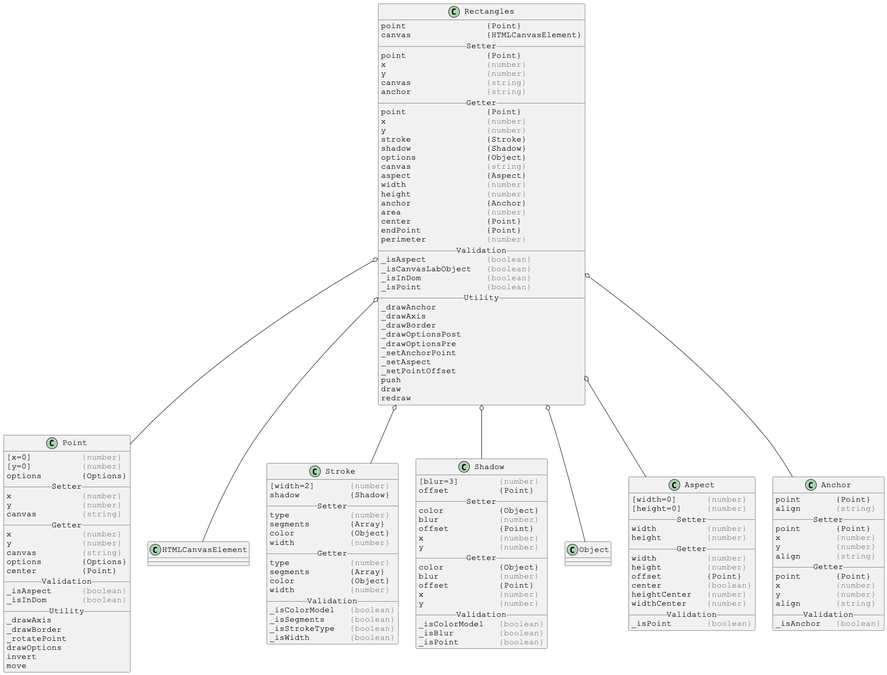
Before: docs/PlantUml/image/linked/Rectangles-linked.png, a diagram exported from PlantUML (Justin-Byrne/canvasLab). Its diagram source:
```plantuml
@startuml

skinparam DefaultFontSize 16
skinparam DefaultFontName Courier New

class Rectangles {
point                {Point}
canvas               {HTMLCanvasElement}
__ Setter __
point                {Point}
x                    <color:gray>{number}</color>
y                    <color:gray>{number}</color>
canvas               <color:gray>{string}</color>
anchor               <color:gray>{string}</color>
__ Getter __
point                {Point}
x                    <color:gray>{number}</color>
y                    <color:gray>{number}</color>
stroke               {Stroke}
shadow               {Shadow}
options              {Object}
canvas               <color:gray>{string}</color>
aspect               {Aspect}
width                <color:gray>{number}</color>
height               <color:gray>{number}</color>
anchor               {Anchor}
area                 <color:gray>{number}</color>
center               {Point}
endPoint             {Point}
perimeter            <color:gray>{number}</color>
__ Validation __
_isAspect            <color:gray>{boolean}</color>
_isCanvasLabObject   <color:gray>{boolean}</color>
_isInDom             <color:gray>{boolean}</color>
_isPoint             <color:gray>{boolean}</color>
__ Utility __
_drawAnchor
_drawAxis
_drawBorder
_drawOptionsPost
_drawOptionsPre
_setAnchorPoint
_setAspect
_setPointOffset
push
draw
redraw
}

Rectangles o-- Point
Rectangles o-- HTMLCanvasElement
Rectangles o-- Stroke
Rectangles o-- Shadow
Rectangles o-- Object
Rectangles o-- Aspect
Rectangles o-- Anchor



skinparam DefaultFontSize 16
skinparam DefaultFontName Courier New

class Point {
[x=0]          <color:gray>{number}</color>
[y=0]          <color:gray>{number}</color>
options        {Options}
__ Setter __
x              <color:gray>{number}</color>
y              <color:gray>{number}</color>
canvas         <color:gray>{string}</color>
__ Getter __
x              <color:gray>{number}</color>
y              <color:gray>{number}</color>
canvas         <color:gray>{string}</color>
options        {Options}
center         {Point}
__ Validation __
_isAspect      <color:gray>{boolean}</color>
_isInDom       <color:gray>{boolean}</color>
__ Utility __
_drawAxis
_drawBorder
_rotatePoint
drawOptions
invert
move
}



skinparam DefaultFontSize 16
skinparam DefaultFontName Courier New

class Stroke {
[width=2]       <color:gray>{number}</color>
shadow          {Shadow}
__ Setter __
type            <color:gray>{number}</color>
segments        {Array}
color           {Object}
width           <color:gray>{number}</color>
__ Getter __
type            <color:gray>{number}</color>
segments        {Array}
color           {Object}
width           <color:gray>{number}</color>
__ Validation __
_isColorModel   <color:gray>{boolean}</color>
_isSegments     <color:gray>{boolean}</color>
_isStrokeType   <color:gray>{boolean}</color>
_isWidth        <color:gray>{boolean}</color>
}



skinparam DefaultFontSize 16
skinparam DefaultFontName Courier New

class Shadow {
[blur=3]        <color:gray>{number}</color>
offset          {Point}
__ Setter __
color           {Object}
blur            <color:gray>{number}</color>
offset          {Point}
x               <color:gray>{number}</color>
y               <color:gray>{number}</color>
__ Getter __
color           {Object}
blur            <color:gray>{number}</color>
offset          {Point}
x               <color:gray>{number}</color>
y               <color:gray>{number}</color>
__ Validation __
_isColorModel   <color:gray>{boolean}</color>
_isBlur         <color:gray>{boolean}</color>
_isPoint        <color:gray>{boolean}</color>
}



skinparam DefaultFontSize 16
skinparam DefaultFontName Courier New

class Aspect {
[width=0]      <color:gray>{number}</color>
[height=0]     <color:gray>{number}</color>
__ Setter __
width          <color:gray>{number}</color>
height         <color:gray>{number}</color>
__ Getter __
width          <color:gray>{number}</color>
height         <color:gray>{number}</color>
offset         {Point}
center         <color:gray>{boolean}</color>
heightCenter   <color:gray>{number}</color>
widthCenter    <color:gray>{number}</color>
__ Validation __
_isPoint       <color:gray>{boolean}</color>
}



skinparam DefaultFontSize 16
skinparam DefaultFontName Courier New

class Anchor {
point       {Point}
align       <color:gray>{string}</color>
__ Setter __
point       {Point}
x           <color:gray>{number}</color>
y           <color:gray>{number}</color>
align       <color:gray>{string}</color>
__ Getter __
point       {Point}
x           <color:gray>{number}</color>
y           <color:gray>{number}</color>
align       <color:gray>{string}</color>
__ Validation __
_isAnchor   <color:gray>{boolean}</color>
}

@enduml
```
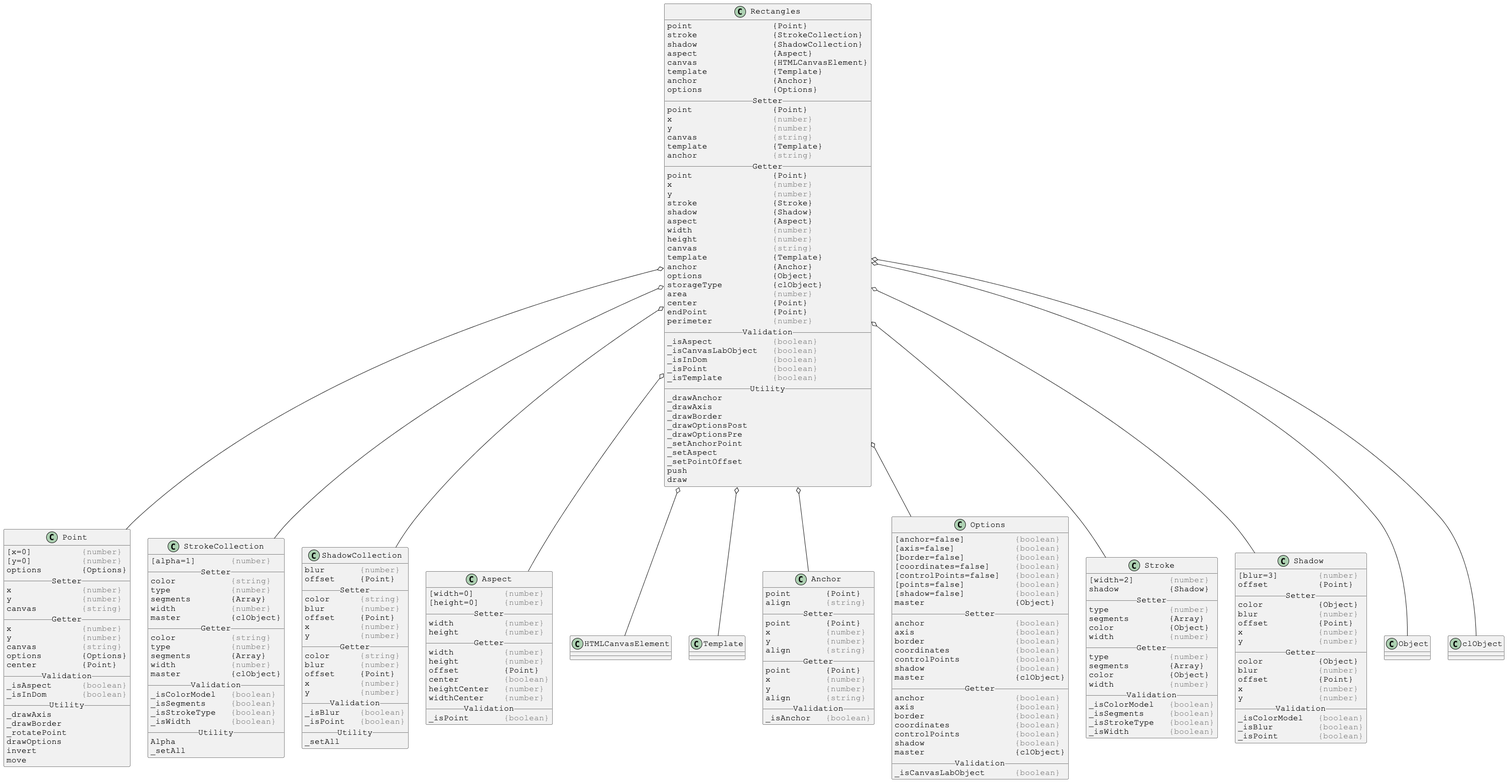
The same file after the commit.

Diff of the diagram source:
```diff
@@ -5,12 +5,19 @@
 
 class Rectangles {
 point                {Point}
+stroke               {StrokeCollection}
+shadow               {ShadowCollection}
+aspect               {Aspect}
 canvas               {HTMLCanvasElement}
+template             {Template}
+anchor               {Anchor}
+options              {Options}
 __ Setter __
 point                {Point}
 x                    <color:gray>{number}</color>
 y                    <color:gray>{number}</color>
 canvas               <color:gray>{string}</color>
+template             {Template}
 anchor               <color:gray>{string}</color>
 __ Getter __
 point                {Point}
@@ -18,12 +25,14 @@
 y                    <color:gray>{number}</color>
 stroke               {Stroke}
 shadow               {Shadow}
-options              {Object}
-canvas               <color:gray>{string}</color>
 aspect               {Aspect}
 width                <color:gray>{number}</color>
 height               <color:gray>{number}</color>
+canvas               <color:gray>{string}</color>
+template             {Template}
 anchor               {Anchor}
+options              {Object}
+storageType          {clObject}
 area                 <color:gray>{number}</color>
 center               {Point}
 endPoint             {Point}
@@ -33,6 +42,7 @@
 _isCanvasLabObject   <color:gray>{boolean}</color>
 _isInDom             <color:gray>{boolean}</color>
 _isPoint             <color:gray>{boolean}</color>
+_isTemplate          <color:gray>{boolean}</color>
 __ Utility __
 _drawAnchor
 _drawAxis
@@ -44,16 +54,20 @@
 _setPointOffset
 push
 draw
-redraw
 }
 
 Rectangles o-- Point
+Rectangles o-- StrokeCollection
+Rectangles o-- ShadowCollection
+Rectangles o-- Aspect
 Rectangles o-- HTMLCanvasElement
+Rectangles o-- Template
+Rectangles o-- Anchor
+Rectangles o-- Options
 Rectangles o-- Stroke
 Rectangles o-- Shadow
 Rectangles o-- Object
-Rectangles o-- Aspect
-Rectangles o-- Anchor
+Rectangles o-- clObject
 
 
 
@@ -84,6 +98,140 @@
 drawOptions
 invert
 move
+}
+
+
+
+skinparam DefaultFontSize 16
+skinparam DefaultFontName Courier New
+
+class StrokeCollection {
+[alpha=1]       <color:gray>{number}</color>
+__ Setter __
+color           <color:gray>{string}</color>
+type            <color:gray>{number}</color>
+segments        {Array}
+width           <color:gray>{number}</color>
+master          {clObject}
+__ Getter __
+color           <color:gray>{string}</color>
+type            <color:gray>{number}</color>
+segments        {Array}
+width           <color:gray>{number}</color>
+master          {clObject}
+__ Validation __
+_isColorModel   <color:gray>{boolean}</color>
+_isSegments     <color:gray>{boolean}</color>
+_isStrokeType   <color:gray>{boolean}</color>
+_isWidth        <color:gray>{boolean}</color>
+__ Utility __
+Alpha
+_setAll
+}
+
+
+
+skinparam DefaultFontSize 16
+skinparam DefaultFontName Courier New
+
+class ShadowCollection {
+blur       <color:gray>{number}</color>
+offset     {Point}
+__ Setter __
+color      <color:gray>{string}</color>
+blur       <color:gray>{number}</color>
+offset     {Point}
+x          <color:gray>{number}</color>
+y          <color:gray>{number}</color>
+__ Getter __
+color      <color:gray>{string}</color>
+blur       <color:gray>{number}</color>
+offset     {Point}
+x          <color:gray>{number}</color>
+y          <color:gray>{number}</color>
+__ Validation __
+_isBlur    <color:gray>{boolean}</color>
+_isPoint   <color:gray>{boolean}</color>
+__ Utility __
+_setAll
+}
+
+
+
+skinparam DefaultFontSize 16
+skinparam DefaultFontName Courier New
+
+class Aspect {
+[width=0]      <color:gray>{number}</color>
+[height=0]     <color:gray>{number}</color>
+__ Setter __
+width          <color:gray>{number}</color>
+height         <color:gray>{number}</color>
+__ Getter __
+width          <color:gray>{number}</color>
+height         <color:gray>{number}</color>
+offset         {Point}
+center         <color:gray>{boolean}</color>
+heightCenter   <color:gray>{number}</color>
+widthCenter    <color:gray>{number}</color>
+__ Validation __
+_isPoint       <color:gray>{boolean}</color>
+}
+
+
+
+skinparam DefaultFontSize 16
+skinparam DefaultFontName Courier New
+
+class Anchor {
+point       {Point}
+align       <color:gray>{string}</color>
+__ Setter __
+point       {Point}
+x           <color:gray>{number}</color>
+y           <color:gray>{number}</color>
+align       <color:gray>{string}</color>
+__ Getter __
+point       {Point}
+x           <color:gray>{number}</color>
+y           <color:gray>{number}</color>
+align       <color:gray>{string}</color>
+__ Validation __
+_isAnchor   <color:gray>{boolean}</color>
+}
+
+
+
+skinparam DefaultFontSize 16
+skinparam DefaultFontName Courier New
+
+class Options {
+[anchor=false]          <color:gray>{boolean}</color>
+[axis=false]            <color:gray>{boolean}</color>
+[border=false]          <color:gray>{boolean}</color>
+[coordinates=false]     <color:gray>{boolean}</color>
+[controlPoints=false]   <color:gray>{boolean}</color>
+[points=false]          <color:gray>{boolean}</color>
+[shadow=false]          <color:gray>{boolean}</color>
+master                  {Object}
+__ Setter __
+anchor                  <color:gray>{boolean}</color>
+axis                    <color:gray>{boolean}</color>
+border                  <color:gray>{boolean}</color>
+coordinates             <color:gray>{boolean}</color>
+controlPoints           <color:gray>{boolean}</color>
+shadow                  <color:gray>{boolean}</color>
+master                  {clObject}
+__ Getter __
+anchor                  <color:gray>{boolean}</color>
+axis                    <color:gray>{boolean}</color>
+border                  <color:gray>{boolean}</color>
+coordinates             <color:gray>{boolean}</color>
+controlPoints           <color:gray>{boolean}</color>
+shadow                  <color:gray>{boolean}</color>
+master                  {clObject}
+__ Validation __
+_isCanvasLabObject      <color:gray>{boolean}</color>
 }
 
 
@@ -137,48 +285,4 @@
 _isPoint        <color:gray>{boolean}</color>
 }
 
-
-
-skinparam DefaultFontSize 16
-skinparam DefaultFontName Courier New
-
-class Aspect {
-[width=0]      <color:gray>{number}</color>
-[height=0]     <color:gray>{number}</color>
-__ Setter __
-width          <color:gray>{number}</color>
-height         <color:gray>{number}</color>
-__ Getter __
-width          <color:gray>{number}</color>
-height         <color:gray>{number}</color>
-offset         {Point}
-center         <color:gray>{boolean}</color>
-heightCenter   <color:gray>{number}</color>
-widthCenter    <color:gray>{number}</color>
-__ Validation __
-_isPoint       <color:gray>{boolean}</color>
-}
-
-
-
-skinparam DefaultFontSize 16
-skinparam DefaultFontName Courier New
-
-class Anchor {
-point       {Point}
-align       <color:gray>{string}</color>
-__ Setter __
-point       {Point}
-x           <color:gray>{number}</color>
-y           <color:gray>{number}</color>
-align       <color:gray>{string}</color>
-__ Getter __
-point       {Point}
-x           <color:gray>{number}</color>
-y           <color:gray>{number}</color>
-align       <color:gray>{string}</color>
-__ Validation __
-_isAnchor   <color:gray>{boolean}</color>
-}
-
 @enduml
```
